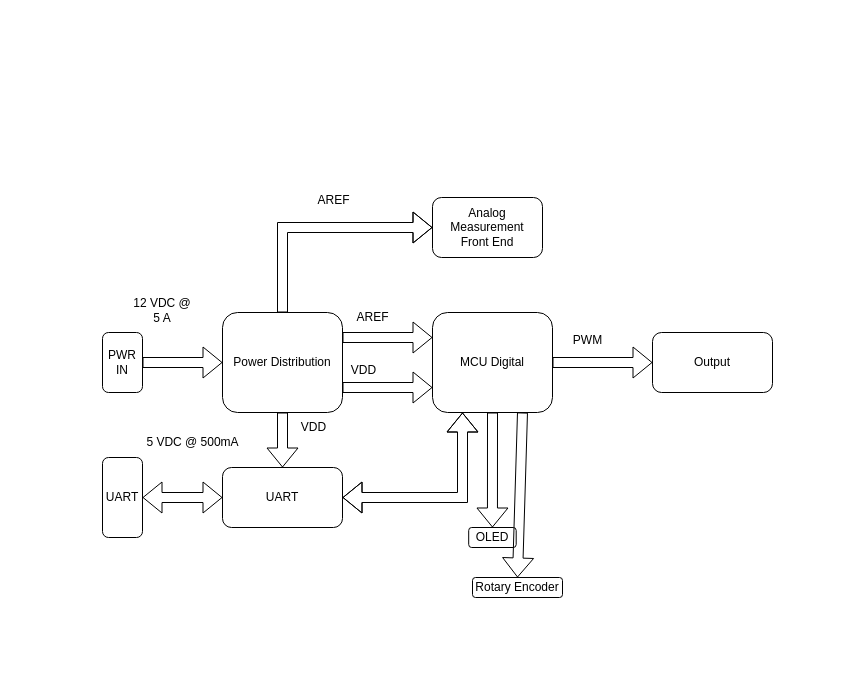
Above: docs/ddd/block.drawio in cSDes1gn/ucl (draw.io), before the change. Source tidied: cells renumbered, new cells numbered last; positions are measured from the earlier drawing's top-left corner, leaving out a move shared by most shapes. Both pictures are drawn from the tidied source at 100%, with x=0, y=0 at pixel (102, 185).
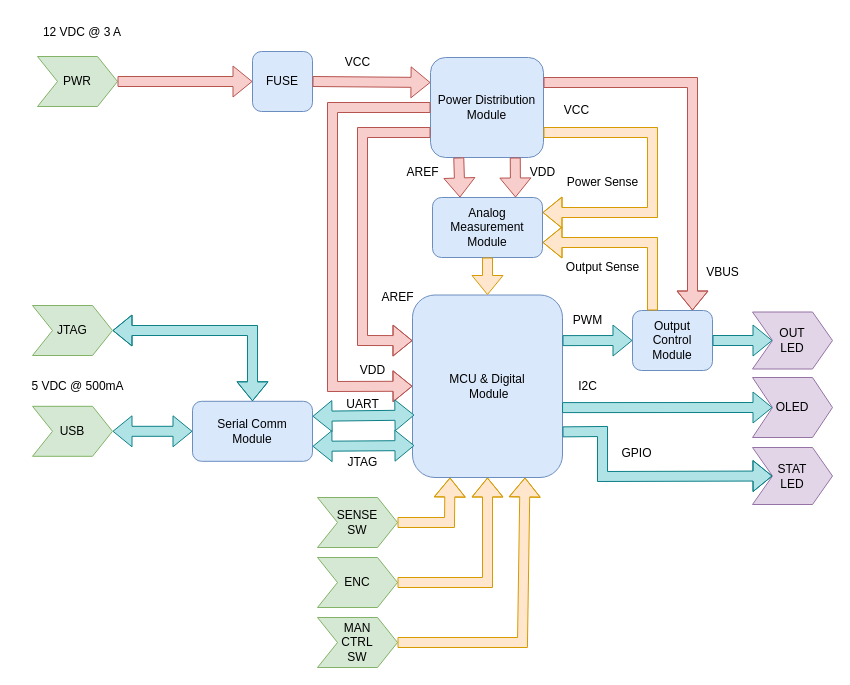
The same diagram, later.

What changed in the source:
```diff
@@
-    <mxCell id="2" value="Power Distribution" style="rounded=1;whiteSpace=wrap;html=1;" parent="1" vertex="1">
-      <mxGeometry x="120" y="127" width="120" height="100" as="geometry" />
+    <mxCell id="2" value="Power Distribution Module" style="rounded=1;whiteSpace=wrap;html=1;fillColor=#dae8fc;strokeColor=#6c8ebf;" parent="1" vertex="1">
+      <mxGeometry x="328" y="-128" width="113" height="100" as="geometry" />
     </mxCell>
-    <mxCell id="3" value="Analog Measurement&lt;br&gt;Front End" style="rounded=1;whiteSpace=wrap;html=1;" parent="1" vertex="1">
+    <mxCell id="3" value="Analog Measurement&lt;br&gt;Module" style="rounded=1;whiteSpace=wrap;html=1;fillColor=#dae8fc;strokeColor=#6c8ebf;" parent="1" vertex="1">
       <mxGeometry x="330" y="12" width="110" height="60" as="geometry" />
     </mxCell>
-    <mxCell id="4" value="MCU Digital" style="rounded=1;whiteSpace=wrap;html=1;" parent="1" vertex="1">
-      <mxGeometry x="330" y="127" width="120" height="100" as="geometry" />
+    <mxCell id="4" value="MCU &amp;amp; Digital&lt;br&gt;&amp;nbsp;Module" style="rounded=1;whiteSpace=wrap;html=1;fillColor=#dae8fc;strokeColor=#6c8ebf;" parent="1" vertex="1">
+      <mxGeometry x="310" y="109.5" width="150" height="182.5" as="geometry" />
     </mxCell>
-    <mxCell id="5" value="UART" style="rounded=1;whiteSpace=wrap;html=1;" parent="1" vertex="1">
-      <mxGeometry x="120" y="282" width="120" height="60" as="geometry" />
+    <mxCell id="5" value="Serial Comm&lt;br&gt;Module" style="rounded=1;whiteSpace=wrap;html=1;fillColor=#dae8fc;strokeColor=#6c8ebf;" parent="1" vertex="1">
+      <mxGeometry x="90" y="215.8" width="120" height="60" as="geometry" />
     </mxCell>
-    <mxCell id="6" value="Output" style="rounded=1;whiteSpace=wrap;html=1;" parent="1" vertex="1">
-      <mxGeometry x="550" y="147" width="120" height="60" as="geometry" />
+    <mxCell id="6" value="Output Control Module" style="rounded=1;whiteSpace=wrap;html=1;fillColor=#dae8fc;strokeColor=#6c8ebf;" parent="1" vertex="1">
+      <mxGeometry x="530" y="125" width="80" height="60" as="geometry" />
     </mxCell>
-    <mxCell id="7" style="shape=flexArrow;endArrow=classic;html=1;rounded=0;entryX=0;entryY=0.25;entryDx=0;entryDy=0;exitX=1;exitY=0.25;exitDx=0;exitDy=0;" parent="1" edge="1" source="2" target="4">
-      <mxGeometry relative="1" as="geometry" />
-    </mxCell>
-    <mxCell id="8" style="shape=flexArrow;endArrow=classic;html=1;rounded=0;entryX=0;entryY=0.5;entryDx=0;entryDy=0;exitX=0.5;exitY=0;exitDx=0;exitDy=0;" parent="1" edge="1" source="2" target="3">
-      <mxGeometry relative="1" as="geometry">
-        <Array as="points">
-          <mxPoint x="180" y="42" />
-        </Array>
-      </mxGeometry>
-    </mxCell>
-    <mxCell id="9" value="AREF" style="text;html=1;align=center;verticalAlign=middle;strokeColor=none;fillColor=none;" parent="1" vertex="1">
-      <mxGeometry x="201" width="60" height="30" as="geometry" />
-    </mxCell>
-    <mxCell id="10" style="shape=flexArrow;endArrow=classic;html=1;rounded=0;entryX=0;entryY=0.5;entryDx=0;entryDy=0;exitX=1;exitY=0.5;exitDx=0;exitDy=0;" parent="1" edge="1" source="21" target="2">
-      <mxGeometry relative="1" as="geometry" />
-    </mxCell>
-    <mxCell id="11" value="12 VDC @ 5 A" style="text;html=1;strokeColor=none;fillColor=none;align=center;verticalAlign=middle;whiteSpace=wrap;rounded=0;" parent="1" vertex="1">
-      <mxGeometry x="30" y="110" width="60" height="30" as="geometry" />
+    <mxCell id="11" value="12 VDC @ 3 A" style="text;html=1;strokeColor=none;fillColor=none;align=center;verticalAlign=middle;whiteSpace=wrap;rounded=0;" parent="1" vertex="1">
+      <mxGeometry x="-65" y="-168" width="90" height="30" as="geometry" />
     </mxCell>
-    <mxCell id="12" style="shape=flexArrow;endArrow=classic;html=1;rounded=0;entryX=0;entryY=0.5;entryDx=0;entryDy=0;exitX=1;exitY=0.5;exitDx=0;exitDy=0;" parent="1" edge="1" source="4" target="6">
+    <mxCell id="12" style="shape=flexArrow;endArrow=classic;html=1;rounded=0;entryX=0;entryY=0.5;entryDx=0;entryDy=0;exitX=1;exitY=0.25;exitDx=0;exitDy=0;fillColor=#b0e3e6;strokeColor=#0e8088;" parent="1" edge="1" source="4" target="6">
       <mxGeometry relative="1" as="geometry" />
     </mxCell>
     <mxCell id="13" value="PWM" style="text;html=1;align=center;verticalAlign=middle;strokeColor=none;fillColor=none;" parent="1" vertex="1">
-      <mxGeometry x="460" y="140" width="50" height="30" as="geometry" />
+      <mxGeometry x="460" y="120" width="50" height="30" as="geometry" />
     </mxCell>
-    <mxCell id="14" value="AREF" style="text;html=1;align=center;verticalAlign=middle;strokeColor=none;fillColor=none;" parent="1" vertex="1">
-      <mxGeometry x="240" y="117" width="60" height="30" as="geometry" />
-    </mxCell>
-    <mxCell id="15" style="shape=flexArrow;endArrow=classic;html=1;rounded=0;entryX=0;entryY=0.75;entryDx=0;entryDy=0;exitX=1;exitY=0.75;exitDx=0;exitDy=0;" parent="1" edge="1" source="2" target="4">
-      <mxGeometry relative="1" as="geometry" />
-    </mxCell>
-    <mxCell id="16" value="VDD" style="text;html=1;align=center;verticalAlign=middle;strokeColor=none;fillColor=none;" parent="1" vertex="1">
-      <mxGeometry x="236" y="170" width="50" height="30" as="geometry" />
-    </mxCell>
-    <mxCell id="17" value="OLED" style="rounded=1;whiteSpace=wrap;html=1;" parent="1" vertex="1">
-      <mxGeometry x="366.2" y="342" width="47.5" height="20" as="geometry" />
-    </mxCell>
-    <mxCell id="18" style="shape=flexArrow;endArrow=classic;html=1;rounded=0;entryX=0.5;entryY=0;entryDx=0;entryDy=0;exitX=0.5;exitY=1;exitDx=0;exitDy=0;" parent="1" edge="1" source="4" target="17">
-      <mxGeometry relative="1" as="geometry" />
-    </mxCell>
-    <mxCell id="19" style="shape=flexArrow;endArrow=classic;html=1;rounded=0;entryX=0.5;entryY=0;entryDx=0;entryDy=0;exitX=0.5;exitY=1;exitDx=0;exitDy=0;" parent="1" edge="1" source="2" target="5">
-      <mxGeometry relative="1" as="geometry" />
-    </mxCell>
-    <mxCell id="20" value="VDD" style="text;html=1;align=center;verticalAlign=middle;strokeColor=none;fillColor=none;" parent="1" vertex="1">
-      <mxGeometry x="186" y="227" width="50" height="30" as="geometry" />
-    </mxCell>
-    <mxCell id="21" value="PWR&lt;br&gt;IN" style="rounded=1;whiteSpace=wrap;html=1;" parent="1" vertex="1">
-      <mxGeometry y="147" width="40" height="60" as="geometry" />
-    </mxCell>
-    <mxCell id="22" value="UART" style="rounded=1;whiteSpace=wrap;html=1;" parent="1" vertex="1">
-      <mxGeometry y="272" width="40" height="80" as="geometry" />
-    </mxCell>
     <mxCell id="23" value="5 VDC @ 500mA" style="text;html=1;align=center;verticalAlign=middle;strokeColor=none;fillColor=none;" parent="1" vertex="1">
-      <mxGeometry x="30" y="242" width="120" height="30" as="geometry" />
+      <mxGeometry x="-85" y="185.8" width="120" height="30" as="geometry" />
     </mxCell>
-    <mxCell id="24" style="shape=flexArrow;endArrow=classic;startArrow=classic;html=1;rounded=0;exitX=1;exitY=0.5;exitDx=0;exitDy=0;entryX=0;entryY=0.5;entryDx=0;entryDy=0;" parent="1" edge="1" source="22" target="5">
+    <mxCell id="24" style="shape=flexArrow;endArrow=classic;startArrow=classic;html=1;rounded=0;exitX=1;exitY=0.5;exitDx=0;exitDy=0;fillColor=#b0e3e6;strokeColor=#0e8088;" parent="1" edge="1" source="28" target="5">
       <mxGeometry relative="1" as="geometry" />
     </mxCell>
-    <mxCell id="25" style="shape=flexArrow;endArrow=classic;startArrow=classic;html=1;rounded=0;entryX=0.25;entryY=1;entryDx=0;entryDy=0;" parent="1" edge="1" source="5" target="4">
-      <mxGeometry relative="1" as="geometry">
-        <Array as="points">
-          <mxPoint x="360" y="312" />
-        </Array>
-      </mxGeometry>
-    </mxCell>
-    <mxCell id="26" value="Rotary Encoder" style="rounded=1;whiteSpace=wrap;html=1;" parent="1" vertex="1">
-      <mxGeometry x="370" y="392" width="90" height="20" as="geometry" />
-    </mxCell>
-    <mxCell id="27" style="shape=flexArrow;endArrow=classic;html=1;rounded=0;entryX=0.5;entryY=0;entryDx=0;entryDy=0;exitX=0.75;exitY=1;exitDx=0;exitDy=0;" parent="1" edge="1" source="4" target="26">
-      <mxGeometry relative="1" as="geometry" />
-    </mxCell>
+    <mxCell id="28" value="USB" style="shape=step;perimeter=stepPerimeter;whiteSpace=wrap;html=1;fixedSize=1;fillColor=#d5e8d4;strokeColor=#82b366;" parent="1" vertex="1">
+      <mxGeometry x="-70" y="220.8" width="80" height="50" as="geometry" />
+    </mxCell>
+    <mxCell id="29" style="shape=flexArrow;endArrow=classic;html=1;rounded=0;exitX=0.5;exitY=1;exitDx=0;exitDy=0;entryX=0.5;entryY=0;entryDx=0;entryDy=0;fillColor=#ffe6cc;strokeColor=#d79b00;" parent="1" edge="1" source="3" target="4">
+      <mxGeometry relative="1" as="geometry" />
+    </mxCell>
+    <mxCell id="30" value="PWR" style="shape=step;perimeter=stepPerimeter;whiteSpace=wrap;html=1;fixedSize=1;fillColor=#d5e8d4;strokeColor=#82b366;" parent="1" vertex="1">
+      <mxGeometry x="-65" y="-129" width="80" height="50" as="geometry" />
+    </mxCell>
+    <mxCell id="31" value="OUT&lt;br&gt;LED" style="shape=step;perimeter=stepPerimeter;whiteSpace=wrap;html=1;fixedSize=1;fillColor=#e1d5e7;strokeColor=#9673a6;" parent="1" vertex="1">
+      <mxGeometry x="650" y="126.5" width="80" height="57" as="geometry" />
+    </mxCell>
+    <mxCell id="32" style="shape=flexArrow;endArrow=classic;html=1;rounded=0;exitX=1;exitY=0.5;exitDx=0;exitDy=0;fillColor=#b0e3e6;strokeColor=#0e8088;" parent="1" edge="1" source="6" target="31">
+      <mxGeometry relative="1" as="geometry" />
+    </mxCell>
+    <mxCell id="17" value="OLED" style="shape=step;perimeter=stepPerimeter;whiteSpace=wrap;html=1;fixedSize=1;fillColor=#e1d5e7;strokeColor=#9673a6;" parent="1" vertex="1">
+      <mxGeometry x="650" y="192" width="80" height="60" as="geometry" />
+    </mxCell>
+    <mxCell id="33" value="ENC" style="shape=step;perimeter=stepPerimeter;whiteSpace=wrap;html=1;fixedSize=1;fillColor=#d5e8d4;strokeColor=#82b366;" parent="1" vertex="1">
+      <mxGeometry x="215" y="372" width="80" height="50" as="geometry" />
+    </mxCell>
+    <mxCell id="34" style="shape=flexArrow;endArrow=classic;html=1;rounded=0;entryX=0;entryY=0.25;entryDx=0;entryDy=0;exitX=0;exitY=0.75;exitDx=0;exitDy=0;fillColor=#f8cecc;strokeColor=#b85450;" parent="1" edge="1" source="2" target="4">
+      <mxGeometry relative="1" as="geometry">
+        <Array as="points">
+          <mxPoint x="260" y="-53" />
+          <mxPoint x="260" y="155" />
+        </Array>
+      </mxGeometry>
+    </mxCell>
+    <mxCell id="35" value="AREF" style="text;html=1;align=center;verticalAlign=middle;strokeColor=none;fillColor=none;" parent="1" vertex="1">
+      <mxGeometry x="265" y="96.5" width="60" height="30" as="geometry" />
+    </mxCell>
+    <mxCell id="36" style="shape=flexArrow;endArrow=classic;html=1;rounded=0;exitX=0.25;exitY=1;exitDx=0;exitDy=0;entryX=0.25;entryY=0;entryDx=0;entryDy=0;fillColor=#f8cecc;strokeColor=#b85450;" parent="1" edge="1" source="2" target="3">
+      <mxGeometry relative="1" as="geometry" />
+    </mxCell>
+    <mxCell id="37" style="shape=flexArrow;endArrow=classic;html=1;rounded=0;entryX=1;entryY=0.75;entryDx=0;entryDy=0;exitX=0.25;exitY=0;exitDx=0;exitDy=0;fillColor=#ffe6cc;strokeColor=#d79b00;" parent="1" edge="1" source="6" target="3">
+      <mxGeometry relative="1" as="geometry">
+        <Array as="points">
+          <mxPoint x="550" y="57" />
+        </Array>
+      </mxGeometry>
+    </mxCell>
+    <mxCell id="38" value="Output Sense" style="text;html=1;align=center;verticalAlign=middle;strokeColor=none;fillColor=none;" parent="1" vertex="1">
+      <mxGeometry x="450" y="66.5" width="100" height="30" as="geometry" />
+    </mxCell>
+    <mxCell id="39" style="shape=flexArrow;endArrow=classic;html=1;rounded=0;exitX=0;exitY=0.5;exitDx=0;exitDy=0;entryX=0;entryY=0.5;entryDx=0;entryDy=0;fillColor=#f8cecc;strokeColor=#b85450;" parent="1" edge="1" source="2" target="4">
+      <mxGeometry relative="1" as="geometry">
+        <Array as="points">
+          <mxPoint x="230" y="-78" />
+          <mxPoint x="230" y="201" />
+        </Array>
+      </mxGeometry>
+    </mxCell>
+    <mxCell id="40" value="VDD" style="text;html=1;align=center;verticalAlign=middle;strokeColor=none;fillColor=none;" parent="1" vertex="1">
+      <mxGeometry x="245" y="170" width="50" height="30" as="geometry" />
+    </mxCell>
+    <mxCell id="41" style="shape=flexArrow;endArrow=classic;html=1;rounded=0;exitX=1;exitY=0.75;exitDx=0;exitDy=0;entryX=1;entryY=0.25;entryDx=0;entryDy=0;fillColor=#ffe6cc;strokeColor=#d79b00;" parent="1" edge="1" source="2" target="3">
+      <mxGeometry relative="1" as="geometry">
+        <Array as="points">
+          <mxPoint x="550" y="-53" />
+          <mxPoint x="550" y="27" />
+        </Array>
+      </mxGeometry>
+    </mxCell>
+    <mxCell id="42" value="Power Sense" style="text;html=1;align=center;verticalAlign=middle;strokeColor=none;fillColor=none;" parent="1" vertex="1">
+      <mxGeometry x="450" y="-18" width="100" height="30" as="geometry" />
+    </mxCell>
+    <mxCell id="43" style="shape=flexArrow;endArrow=classic;html=1;rounded=0;exitX=1;exitY=0.25;exitDx=0;exitDy=0;entryX=0.75;entryY=0;entryDx=0;entryDy=0;fillColor=#f8cecc;strokeColor=#b85450;" parent="1" edge="1" source="2" target="6">
+      <mxGeometry relative="1" as="geometry">
+        <Array as="points">
+          <mxPoint x="590" y="-103" />
+        </Array>
+      </mxGeometry>
+    </mxCell>
+    <mxCell id="44" value="VBUS" style="text;html=1;align=center;verticalAlign=middle;strokeColor=none;fillColor=none;" parent="1" vertex="1">
+      <mxGeometry x="590" y="72" width="60" height="30" as="geometry" />
+    </mxCell>
+    <mxCell id="45" value="VCC" style="text;html=1;align=center;verticalAlign=middle;strokeColor=none;fillColor=none;" parent="1" vertex="1">
+      <mxGeometry x="449" y="-90" width="50" height="30" as="geometry" />
+    </mxCell>
+    <mxCell id="18" style="shape=flexArrow;endArrow=classic;html=1;rounded=0;entryX=0;entryY=0.5;entryDx=0;entryDy=0;exitX=0.997;exitY=0.617;exitDx=0;exitDy=0;exitPerimeter=0;fillColor=#b0e3e6;strokeColor=#0e8088;" parent="1" edge="1" source="4" target="17">
+      <mxGeometry relative="1" as="geometry" />
+    </mxCell>
+    <mxCell id="46" value="SENSE&lt;br&gt;SW" style="shape=step;perimeter=stepPerimeter;whiteSpace=wrap;html=1;fixedSize=1;fillColor=#d5e8d4;strokeColor=#82b366;" parent="1" vertex="1">
+      <mxGeometry x="215" y="312" width="80" height="50" as="geometry" />
+    </mxCell>
+    <mxCell id="47" style="shape=flexArrow;endArrow=classic;html=1;rounded=0;exitX=1;exitY=0.5;exitDx=0;exitDy=0;entryX=0;entryY=0.5;entryDx=0;entryDy=0;fillColor=#f8cecc;strokeColor=#b85450;" parent="1" edge="1" source="30" target="49">
+      <mxGeometry relative="1" as="geometry" />
+    </mxCell>
+    <mxCell id="48" value="MAN&lt;br&gt;CTRL&lt;br&gt;SW" style="shape=step;perimeter=stepPerimeter;whiteSpace=wrap;html=1;fixedSize=1;fillColor=#d5e8d4;strokeColor=#82b366;" parent="1" vertex="1">
+      <mxGeometry x="215" y="432" width="80" height="50" as="geometry" />
+    </mxCell>
+    <mxCell id="49" value="FUSE" style="rounded=1;whiteSpace=wrap;html=1;fillColor=#dae8fc;strokeColor=#6c8ebf;" parent="1" vertex="1">
+      <mxGeometry x="150" y="-134" width="60" height="60" as="geometry" />
+    </mxCell>
+    <mxCell id="50" style="shape=flexArrow;endArrow=classic;html=1;rounded=0;entryX=0;entryY=0.25;entryDx=0;entryDy=0;exitX=1;exitY=0.5;exitDx=0;exitDy=0;fillColor=#f8cecc;strokeColor=#b85450;" parent="1" edge="1" source="49" target="2">
+      <mxGeometry relative="1" as="geometry" />
+    </mxCell>
+    <mxCell id="51" value="I2C" style="text;html=1;align=center;verticalAlign=middle;strokeColor=none;fillColor=none;" parent="1" vertex="1">
+      <mxGeometry x="465" y="185.8" width="40" height="30" as="geometry" />
+    </mxCell>
+    <mxCell id="52" style="shape=flexArrow;endArrow=classic;html=1;rounded=0;entryX=0.25;entryY=1;entryDx=0;entryDy=0;exitX=1;exitY=0.5;exitDx=0;exitDy=0;fillColor=#ffe6cc;strokeColor=#d79b00;" parent="1" edge="1" source="46" target="4">
+      <mxGeometry relative="1" as="geometry">
+        <Array as="points">
+          <mxPoint x="347" y="337" />
+        </Array>
+      </mxGeometry>
+    </mxCell>
+    <mxCell id="53" style="shape=flexArrow;endArrow=classic;html=1;rounded=0;entryX=0.5;entryY=1;entryDx=0;entryDy=0;exitX=1;exitY=0.5;exitDx=0;exitDy=0;fillColor=#ffe6cc;strokeColor=#d79b00;" parent="1" edge="1" source="33" target="4">
+      <mxGeometry relative="1" as="geometry">
+        <Array as="points">
+          <mxPoint x="385" y="397" />
+        </Array>
+      </mxGeometry>
+    </mxCell>
+    <mxCell id="54" style="shape=flexArrow;endArrow=classic;html=1;rounded=0;entryX=0.75;entryY=1;entryDx=0;entryDy=0;exitX=1;exitY=0.5;exitDx=0;exitDy=0;fillColor=#ffe6cc;strokeColor=#d79b00;" parent="1" edge="1" source="48" target="4">
+      <mxGeometry relative="1" as="geometry">
+        <Array as="points">
+          <mxPoint x="420" y="457" />
+        </Array>
+      </mxGeometry>
+    </mxCell>
+    <mxCell id="55" style="shape=flexArrow;endArrow=classic;startArrow=classic;html=1;rounded=0;entryX=0.013;entryY=0.658;entryDx=0;entryDy=0;exitX=1;exitY=0.25;exitDx=0;exitDy=0;entryPerimeter=0;fillColor=#b0e3e6;strokeColor=#0e8088;" parent="1" edge="1" source="5" target="4">
+      <mxGeometry relative="1" as="geometry" />
+    </mxCell>
+    <mxCell id="56" value="VCC" style="text;html=1;align=center;verticalAlign=middle;strokeColor=none;fillColor=none;" parent="1" vertex="1">
+      <mxGeometry x="230" y="-138" width="50" height="30" as="geometry" />
+    </mxCell>
+    <mxCell id="57" value="JTAG" style="shape=step;perimeter=stepPerimeter;whiteSpace=wrap;html=1;fixedSize=1;fillColor=#d5e8d4;strokeColor=#82b366;" parent="1" vertex="1">
+      <mxGeometry x="-70" y="120" width="80" height="50" as="geometry" />
+    </mxCell>
+    <mxCell id="58" style="shape=flexArrow;endArrow=classic;startArrow=classic;html=1;rounded=0;exitX=1;exitY=0.5;exitDx=0;exitDy=0;entryX=0.5;entryY=0;entryDx=0;entryDy=0;fillColor=#b0e3e6;strokeColor=#0e8088;" parent="1" edge="1" source="57" target="5">
+      <mxGeometry relative="1" as="geometry">
+        <Array as="points">
+          <mxPoint x="150" y="145" />
+        </Array>
+      </mxGeometry>
+    </mxCell>
+    <mxCell id="22" value="UART" style="text;html=1;align=center;verticalAlign=middle;points=[];strokeColor=none;fillColor=none;" parent="1" vertex="1">
+      <mxGeometry x="230" y="204" width="60" height="30" as="geometry" />
+    </mxCell>
+    <mxCell id="59" style="shape=flexArrow;endArrow=classic;startArrow=classic;html=1;rounded=0;exitX=1;exitY=0.75;exitDx=0;exitDy=0;entryX=0.013;entryY=0.825;entryDx=0;entryDy=0;entryPerimeter=0;fillColor=#b0e3e6;strokeColor=#0e8088;" parent="1" edge="1" source="5" target="4">
+      <mxGeometry relative="1" as="geometry" />
+    </mxCell>
+    <mxCell id="60" value="JTAG" style="text;html=1;align=center;verticalAlign=middle;strokeColor=none;fillColor=none;" parent="1" vertex="1">
+      <mxGeometry x="235" y="262" width="50" height="30" as="geometry" />
+    </mxCell>
+    <mxCell id="61" value="STAT&lt;br&gt;LED" style="shape=step;perimeter=stepPerimeter;whiteSpace=wrap;html=1;fixedSize=1;fillColor=#e1d5e7;strokeColor=#9673a6;" parent="1" vertex="1">
+      <mxGeometry x="650" y="262" width="80" height="57" as="geometry" />
+    </mxCell>
+    <mxCell id="62" style="shape=flexArrow;endArrow=classic;html=1;rounded=0;entryX=0;entryY=0.5;entryDx=0;entryDy=0;exitX=1;exitY=0.75;exitDx=0;exitDy=0;fillColor=#b0e3e6;strokeColor=#0e8088;" parent="1" edge="1" source="4" target="61">
+      <mxGeometry relative="1" as="geometry">
+        <Array as="points">
+          <mxPoint x="500" y="246" />
+          <mxPoint x="500" y="291" />
+        </Array>
+      </mxGeometry>
+    </mxCell>
+    <mxCell id="63" value="GPIO" style="text;html=1;align=center;verticalAlign=middle;strokeColor=none;fillColor=none;" parent="1" vertex="1">
+      <mxGeometry x="509" y="253" width="50" height="30" as="geometry" />
+    </mxCell>
+    <mxCell id="64" value="AREF" style="text;html=1;align=center;verticalAlign=middle;strokeColor=none;fillColor=none;" parent="1" vertex="1">
+      <mxGeometry x="290" y="-28" width="60" height="30" as="geometry" />
+    </mxCell>
+    <mxCell id="65" style="shape=flexArrow;endArrow=classic;html=1;rounded=0;exitX=0.75;exitY=1;exitDx=0;exitDy=0;fillColor=#f8cecc;strokeColor=#b85450;" parent="1" edge="1" source="2">
+      <mxGeometry relative="1" as="geometry">
+        <mxPoint x="413" y="12" as="targetPoint" />
+      </mxGeometry>
+    </mxCell>
+    <mxCell id="66" value="VDD" style="text;html=1;align=center;verticalAlign=middle;strokeColor=none;fillColor=none;" parent="1" vertex="1">
+      <mxGeometry x="415" y="-28" width="50" height="30" as="geometry" />
+    </mxCell>
```
